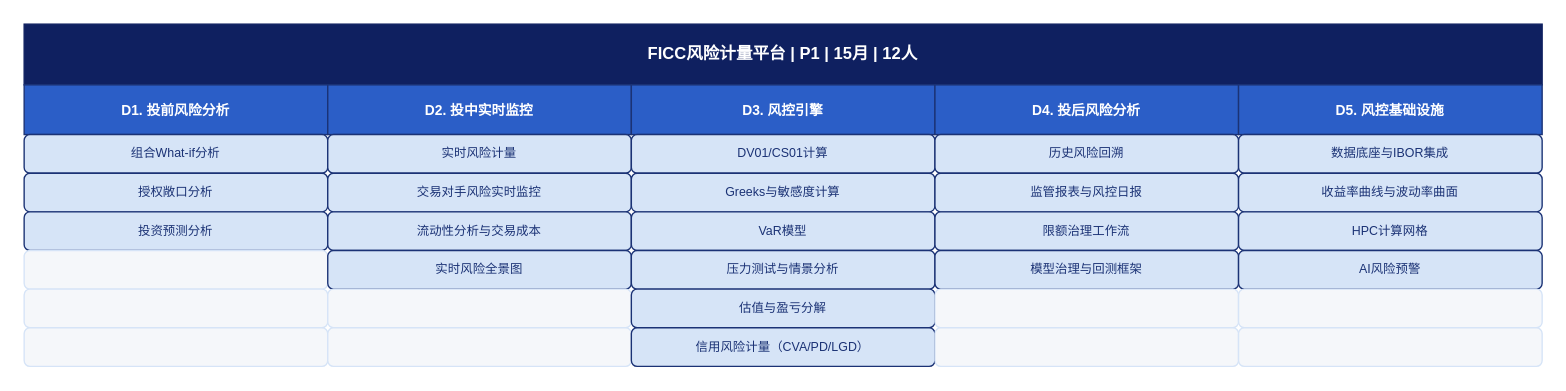
BellyFish99/ficc-projDocs keeps this draw.io diagram as Feasibility_analysis/drawio/detail_04_FICC风险计量平台.drawio. Above is the earlier version. Source tidied: cells renumbered, new cells numbered last; positions are measured from the earlier drawing's top-left corner, leaving out a move shared by most shapes. Both pictures are drawn from the tidied source at 138%, with x=0, y=0 at pixel (23, 23).
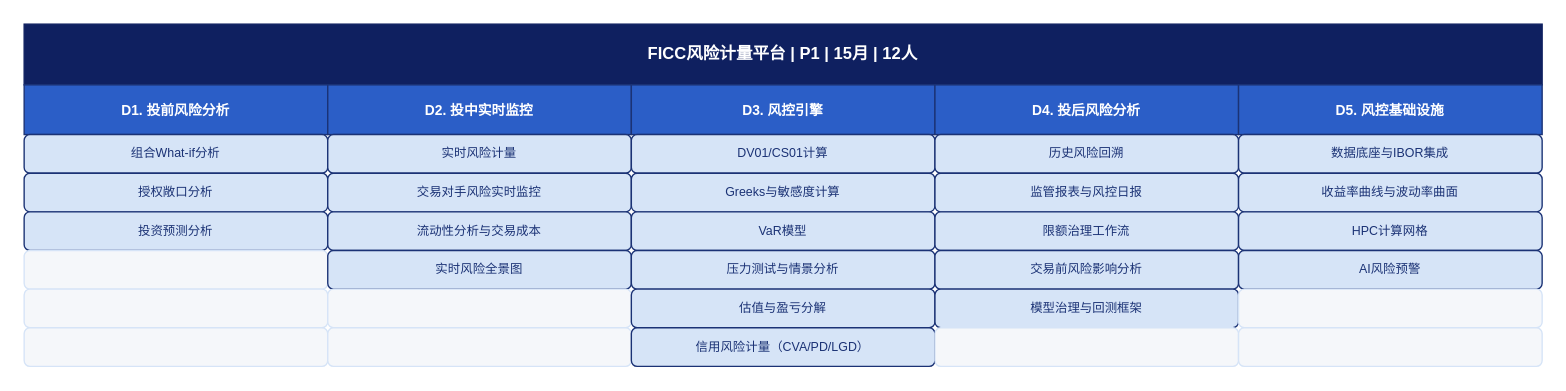
The same diagram, later.

Diff of the diagram source:
```diff
@@
-    <mxCell id="26" value="模型治理与回测框架" style="rounded=1;whiteSpace=wrap;html=1;fillColor=#D6E4F7;fontColor=#1B3275;strokeColor=#1B3275;fontSize=9;align=center;verticalAlign=middle;" parent="1" vertex="1">
+    <mxCell id="26" value="交易前风险影响分析" style="rounded=1;whiteSpace=wrap;html=1;fillColor=#D6E4F7;fontColor=#1B3275;strokeColor=#1B3275;fontSize=9;align=center;verticalAlign=middle;" parent="1" vertex="1">
       <mxGeometry x="660" y="164" width="220" height="28" as="geometry" />
     </mxCell>
@@
-    <mxCell id="31" style="rounded=1;whiteSpace=wrap;html=1;fillColor=#F5F7FA;fontColor=#F5F7FA;strokeColor=#D6E4F7;fontSize=9;" parent="1" vertex="1">
+    <mxCell id="31" value="模型治理与回测框架" style="rounded=1;whiteSpace=wrap;html=1;fillColor=#D6E4F7;fontColor=#1B3275;strokeColor=#1B3275;fontSize=9;align=center;verticalAlign=middle;" parent="1" vertex="1">
       <mxGeometry x="660" y="192" width="220" height="28" as="geometry" />
     </mxCell>
```
